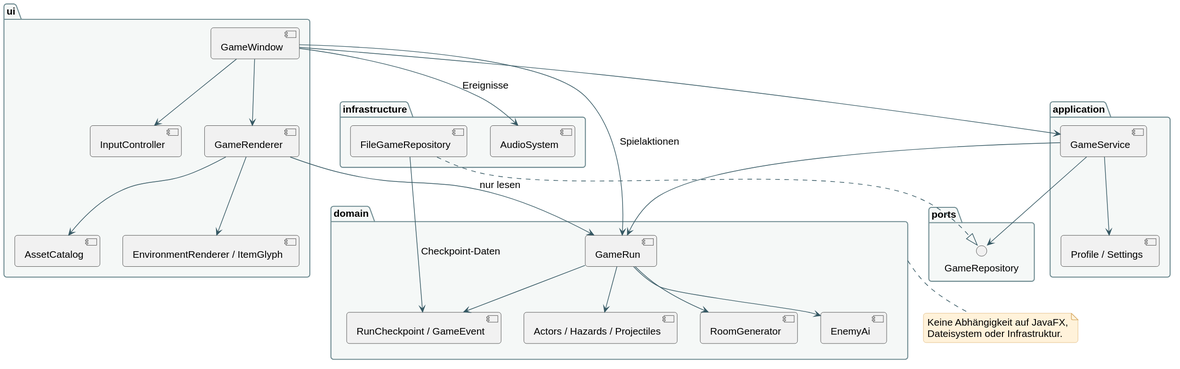
bassdav2/abyss keeps this PlantUML diagram as docs/diagrams/03-architecture.svg. Above is the earlier version.
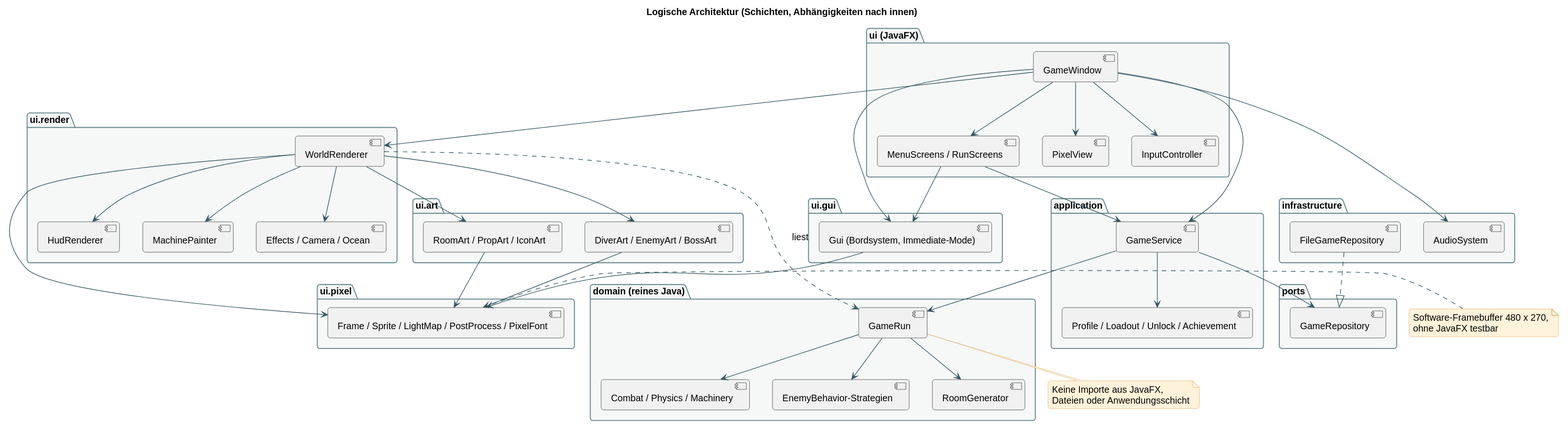
The same diagram one commit later.

The edit, as a diff of the source:
```diff
@@ -1,7 +1,7 @@
 @startuml
 skinparam backgroundColor #FFFFFF
 skinparam defaultFontName Arial
-skinparam defaultFontSize 15
+skinparam defaultFontSize 14
 skinparam shadowing false
 skinparam roundcorner 8
 skinparam ArrowColor #355863
@@ -14,53 +14,75 @@
 skinparam noteBorderColor #D8AA64
 skinparam packageBackgroundColor #F5F8F7
 skinparam packageBorderColor #6E8B91
+skinparam stateBackgroundColor #EAF3F2
+skinparam stateBorderColor #355863
 hide empty members
-top to bottom direction
-package "ui" {
- [GameWindow]
- [InputController]
- [GameRenderer]
- [AssetCatalog]
- [EnvironmentRenderer / ItemGlyph]
+title Logische Architektur (Schichten, Abhängigkeiten nach innen)
+package "ui (JavaFX)" {
+ [GameWindow] as GW
+ [MenuScreens / RunScreens] as Screens
+ [PixelView] as PV
+ [InputController] as IC
+}
+package "ui.gui" {
+ [Gui (Bordsystem, Immediate-Mode)] as Gui
+}
+package "ui.render" {
+ [WorldRenderer] as WR
+ [HudRenderer] as HR
+ [MachinePainter] as MP
+ [Effects / Camera / Ocean] as FX
+}
+package "ui.art" {
+ [DiverArt / EnemyArt / BossArt] as Art
+ [RoomArt / PropArt / IconArt] as RoomArt
+}
+package "ui.pixel" {
+ [Frame / Sprite / LightMap / PostProcess / PixelFont] as Pixel
 }
 package "application" {
- [GameService]
- [Profile / Settings]
+ [GameService] as GS
+ [Profile / Loadout / Unlock / Achievement] as Meta
 }
 package "ports" {
- interface GameRepository
-}
-package "domain" {
- [GameRun]
- [RoomGenerator]
- [EnemyAi]
- [Actors / Hazards / Projectiles]
- [RunCheckpoint / GameEvent]
+ [GameRepository] as Port
 }
 package "infrastructure" {
- [FileGameRepository]
- [AudioSystem]
+ [FileGameRepository] as File
+ [AudioSystem] as Audio
 }
-[GameWindow] --> [InputController]
-[GameWindow] --> [GameService]
-[GameWindow] --> [GameRun] : Spielaktionen
-[GameWindow] --> [GameRenderer]
-[GameWindow] --> [AudioSystem] : Ereignisse
-[GameRenderer] --> [GameRun] : nur lesen
-[GameRenderer] --> [AssetCatalog]
-[GameRenderer] --> [EnvironmentRenderer / ItemGlyph]
- [EnvironmentRenderer / ItemGlyph]
-[GameService] --> [GameRun]
-[GameService] --> GameRepository
-[GameService] --> [Profile / Settings]
-[FileGameRepository] ..|> GameRepository
-[FileGameRepository] --> [RunCheckpoint / GameEvent] : Checkpoint-Daten
-[GameRun] --> [RoomGenerator]
-[GameRun] --> [EnemyAi]
-[GameRun] --> [Actors / Hazards / Projectiles]
-[GameRun] --> [RunCheckpoint / GameEvent]
-note bottom of "domain"
-Keine Abhängigkeit auf JavaFX,
-Dateisystem oder Infrastruktur.
-end note
+package "domain (reines Java)" {
+ [GameRun] as Run
+ [Combat / Physics / Machinery] as Rules
+ [EnemyBehavior-Strategien] as AI
+ [RoomGenerator] as Gen
+}
+GW --> Screens
+GW --> Gui
+Screens --> Gui
+Gui --> Pixel
+GW --> WR
+WR --> MP
+GW --> IC
+GW --> PV
+GW --> GS
+GW --> Audio
+Screens --> GS
+WR --> HR
+WR --> FX
+WR --> Art
+WR --> RoomArt
+WR --> Pixel
+Art --> Pixel
+RoomArt --> Pixel
+WR ..> Run : liest
+GS --> Run
+GS --> Meta
+GS --> Port
+File ..|> Port
+Run --> Rules
+Run --> AI
+Run --> Gen
+note bottom of Run : Keine Importe aus JavaFX,\nDateien oder Anwendungsschicht
+note right of Pixel : Software-Framebuffer 480 x 270,\nohne JavaFX testbar
 @enduml
```
